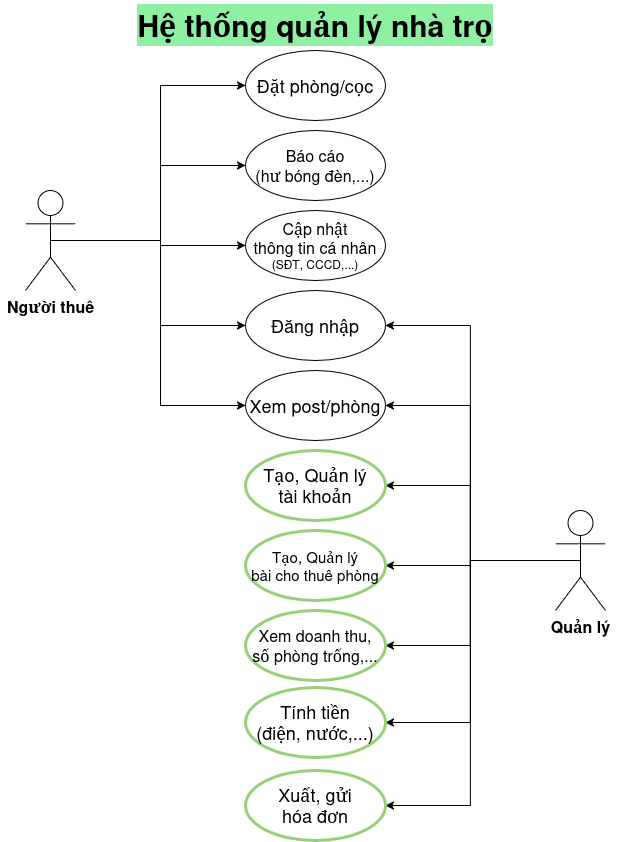
Earlier version of the draw.io export ender_chest/mics/use_case.drawio.png (wutdahack1337/room_minh_house). Source tidied: cells renumbered, new cells last; positions are measured from the earlier drawing's top-left corner, leaving out a move shared by most shapes. The source it was exported from:
```xml
<mxGraphModel>
  <root>
    <mxCell id="0" />
    <mxCell id="1" parent="0" />
    <mxCell id="2" style="edgeStyle=orthogonalEdgeStyle;rounded=0;jettySize=auto;html=1;exitX=0.5;exitY=0.5;exitDx=0;exitDy=0;exitPerimeter=0;entryX=0;entryY=0.5;entryDx=0;entryDy=0;" parent="1" edge="1" source="7" target="22">
      <mxGeometry relative="1" as="geometry" />
    </mxCell>
    <mxCell id="3" style="edgeStyle=orthogonalEdgeStyle;rounded=0;jettySize=auto;html=1;exitX=0.5;exitY=0.5;exitDx=0;exitDy=0;exitPerimeter=0;entryX=0;entryY=0.5;entryDx=0;entryDy=0;" parent="1" edge="1" source="7" target="20">
      <mxGeometry relative="1" as="geometry" />
    </mxCell>
    <mxCell id="4" style="edgeStyle=orthogonalEdgeStyle;rounded=0;jettySize=auto;html=1;exitX=0.5;exitY=0.5;exitDx=0;exitDy=0;exitPerimeter=0;entryX=0;entryY=0.5;entryDx=0;entryDy=0;" parent="1" edge="1" source="7" target="16">
      <mxGeometry relative="1" as="geometry" />
    </mxCell>
    <mxCell id="5" style="edgeStyle=orthogonalEdgeStyle;rounded=0;jettySize=auto;html=1;exitX=0.5;exitY=0.5;exitDx=0;exitDy=0;exitPerimeter=0;entryX=0;entryY=0.5;entryDx=0;entryDy=0;" parent="1" edge="1" source="7" target="23">
      <mxGeometry relative="1" as="geometry" />
    </mxCell>
    <mxCell id="6" style="edgeStyle=orthogonalEdgeStyle;rounded=0;jettySize=auto;html=1;exitX=0.5;exitY=0.5;exitDx=0;exitDy=0;exitPerimeter=0;entryX=0;entryY=0.5;entryDx=0;entryDy=0;" parent="1" edge="1" source="7" target="26">
      <mxGeometry relative="1" as="geometry" />
    </mxCell>
    <mxCell id="7" value="&lt;font style=&quot;font-size: 16px;&quot;&gt;&lt;b&gt;Người thuê&lt;/b&gt;&lt;/font&gt;" style="shape=umlActor;verticalLabelPosition=bottom;verticalAlign=top;html=1;outlineConnect=0;" parent="1" vertex="1">
      <mxGeometry x="25" y="190" width="50" height="100" as="geometry" />
    </mxCell>
    <mxCell id="8" style="edgeStyle=orthogonalEdgeStyle;rounded=0;jettySize=auto;html=1;exitX=0.5;exitY=0.5;exitDx=0;exitDy=0;exitPerimeter=0;entryX=1;entryY=0.5;entryDx=0;entryDy=0;" parent="1" edge="1" source="15" target="22">
      <mxGeometry relative="1" as="geometry" />
    </mxCell>
    <mxCell id="9" style="edgeStyle=orthogonalEdgeStyle;rounded=0;jettySize=auto;html=1;exitX=0.5;exitY=0.5;exitDx=0;exitDy=0;exitPerimeter=0;entryX=1;entryY=0.5;entryDx=0;entryDy=0;" parent="1" edge="1" source="15" target="16">
      <mxGeometry relative="1" as="geometry" />
    </mxCell>
    <mxCell id="10" style="edgeStyle=orthogonalEdgeStyle;rounded=0;jettySize=auto;html=1;exitX=0.5;exitY=0.5;exitDx=0;exitDy=0;exitPerimeter=0;entryX=1;entryY=0.5;entryDx=0;entryDy=0;" parent="1" edge="1" source="15" target="17">
      <mxGeometry relative="1" as="geometry" />
    </mxCell>
    <mxCell id="11" style="edgeStyle=orthogonalEdgeStyle;rounded=0;jettySize=auto;html=1;exitX=0.5;exitY=0.5;exitDx=0;exitDy=0;exitPerimeter=0;entryX=1;entryY=0.5;entryDx=0;entryDy=0;" parent="1" edge="1" source="15" target="18">
      <mxGeometry relative="1" as="geometry" />
    </mxCell>
    <mxCell id="12" style="edgeStyle=orthogonalEdgeStyle;rounded=0;jettySize=auto;html=1;exitX=0.5;exitY=0.5;exitDx=0;exitDy=0;exitPerimeter=0;entryX=1;entryY=0.5;entryDx=0;entryDy=0;" parent="1" edge="1" source="15" target="19">
      <mxGeometry relative="1" as="geometry" />
    </mxCell>
    <mxCell id="13" style="edgeStyle=orthogonalEdgeStyle;rounded=0;jettySize=auto;html=1;exitX=0.5;exitY=0.5;exitDx=0;exitDy=0;exitPerimeter=0;entryX=1;entryY=0.5;entryDx=0;entryDy=0;" parent="1" edge="1" source="15" target="24">
      <mxGeometry relative="1" as="geometry" />
    </mxCell>
    <mxCell id="14" style="edgeStyle=orthogonalEdgeStyle;rounded=0;jettySize=auto;html=1;exitX=0.5;exitY=0.5;exitDx=0;exitDy=0;exitPerimeter=0;entryX=1;entryY=0.5;entryDx=0;entryDy=0;" parent="1" edge="1" source="15" target="25">
      <mxGeometry relative="1" as="geometry" />
    </mxCell>
    <mxCell id="15" value="&lt;font style=&quot;font-size: 16px;&quot;&gt;&lt;b&gt;Quản lý&lt;/b&gt;&lt;/font&gt;" style="shape=umlActor;verticalLabelPosition=bottom;verticalAlign=top;html=1;outlineConnect=0;" parent="1" vertex="1">
      <mxGeometry x="555" y="510" width="50" height="100" as="geometry" />
    </mxCell>
    <mxCell id="16" value="&lt;font style=&quot;font-size: 18px;&quot;&gt;Đăng nhập&lt;/font&gt;" style="ellipse;whiteSpace=wrap;html=1;" parent="1" vertex="1">
      <mxGeometry x="245" y="290" width="140" height="70" as="geometry" />
    </mxCell>
    <mxCell id="17" value="&lt;font style=&quot;font-size: 18px;&quot;&gt;Tạo, Quản lý&lt;br&gt;tài khoản&lt;/font&gt;" style="ellipse;whiteSpace=wrap;html=1;strokeColor=#97D077;strokeWidth=3;" parent="1" vertex="1">
      <mxGeometry x="245" y="450" width="140" height="70" as="geometry" />
    </mxCell>
    <mxCell id="18" value="&lt;font style=&quot;font-size: 15px;&quot;&gt;Tạo, Quản lý&lt;br&gt;bài cho thuê phòng&lt;/font&gt;" style="ellipse;whiteSpace=wrap;html=1;strokeColor=#97D077;strokeWidth=3;" parent="1" vertex="1">
      <mxGeometry x="245" y="530" width="140" height="70" as="geometry" />
    </mxCell>
    <mxCell id="19" value="&lt;font style=&quot;font-size: 18px;&quot;&gt;Tính tiền&lt;br&gt;(điện, nước,...)&lt;/font&gt;" style="ellipse;whiteSpace=wrap;html=1;strokeColor=#97D077;strokeWidth=3;" parent="1" vertex="1">
      <mxGeometry x="245" y="687" width="140" height="70" as="geometry" />
    </mxCell>
    <mxCell id="20" value="&lt;font style=&quot;font-size: 18px;&quot;&gt;Đặt phòng/cọc&lt;/font&gt;" style="ellipse;whiteSpace=wrap;html=1;" parent="1" vertex="1">
      <mxGeometry x="245" y="50" width="140" height="70" as="geometry" />
    </mxCell>
    <mxCell id="21" value="&lt;div align=&quot;center&quot;&gt;&lt;font style=&quot;background-color: light-dark(rgb(143, 240, 164), rgb(237, 237, 237)); font-size: 30px;&quot;&gt;&lt;b&gt;&lt;span&gt;Hệ thống quản lý nhà trọ&lt;/span&gt;&lt;/b&gt;&lt;/font&gt;&lt;/div&gt;" style="text;html=1;whiteSpace=wrap;strokeColor=none;fillColor=none;align=center;verticalAlign=middle;rounded=0;" parent="1" vertex="1">
      <mxGeometry width="630" height="50" as="geometry" />
    </mxCell>
    <mxCell id="22" value="&lt;font style=&quot;font-size: 18px;&quot;&gt;Xem post/phòng&lt;/font&gt;" style="ellipse;whiteSpace=wrap;html=1;" parent="1" vertex="1">
      <mxGeometry x="245" y="370" width="140" height="70" as="geometry" />
    </mxCell>
    <mxCell id="23" value="&lt;font style=&quot;font-size: 16px;&quot;&gt;Báo cáo&lt;br&gt;(hư bóng đèn,...)&lt;/font&gt;" style="ellipse;whiteSpace=wrap;html=1;" parent="1" vertex="1">
      <mxGeometry x="245" y="130" width="140" height="70" as="geometry" />
    </mxCell>
    <mxCell id="24" value="&lt;font style=&quot;font-size: 18px;&quot;&gt;Xuất, gửi&lt;br&gt;hóa đơn&lt;/font&gt;" style="ellipse;whiteSpace=wrap;html=1;strokeColor=#97D077;strokeWidth=3;" parent="1" vertex="1">
      <mxGeometry x="245" y="770" width="140" height="70" as="geometry" />
    </mxCell>
    <mxCell id="25" value="&lt;font style=&quot;font-size: 16px;&quot;&gt;Xem doanh thu,&lt;br&gt;số phòng trống,...&lt;/font&gt;" style="ellipse;whiteSpace=wrap;html=1;strokeColor=#97D077;strokeWidth=3;" parent="1" vertex="1">
      <mxGeometry x="245" y="610" width="140" height="70" as="geometry" />
    </mxCell>
    <mxCell id="26" value="&lt;font style=&quot;font-size: 16px;&quot;&gt;Cập nhật&lt;br&gt;thông tin cá nhân&lt;/font&gt;&lt;br&gt;(SĐT, CCCD,...)" style="ellipse;whiteSpace=wrap;html=1;" parent="1" vertex="1">
      <mxGeometry x="245" y="210" width="140" height="70" as="geometry" />
    </mxCell>
  </root>
</mxGraphModel>
```
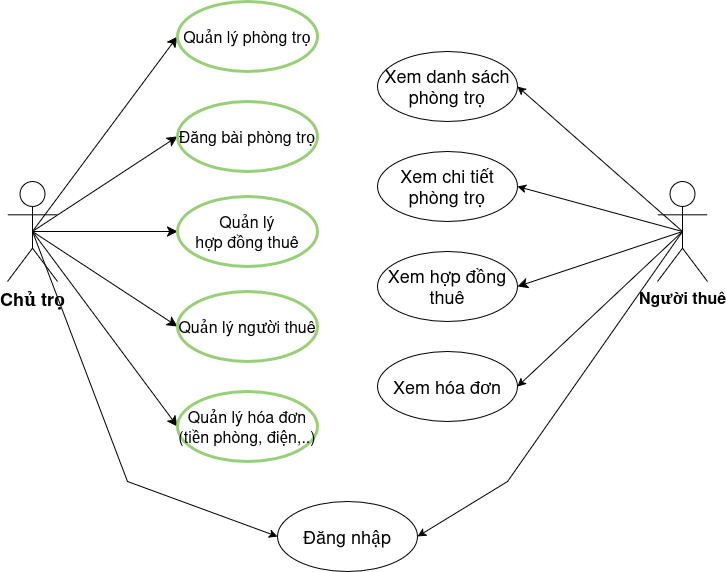
After the change.

The edit, as a diff of the source:
```diff
@@ -2,80 +2,85 @@
   <root>
     <mxCell id="0" />
     <mxCell id="1" parent="0" />
-    <mxCell id="2" style="edgeStyle=orthogonalEdgeStyle;rounded=0;jettySize=auto;html=1;exitX=0.5;exitY=0.5;exitDx=0;exitDy=0;exitPerimeter=0;entryX=0;entryY=0.5;entryDx=0;entryDy=0;" parent="1" edge="1" source="7" target="22">
-      <mxGeometry relative="1" as="geometry" />
-    </mxCell>
-    <mxCell id="3" style="edgeStyle=orthogonalEdgeStyle;rounded=0;jettySize=auto;html=1;exitX=0.5;exitY=0.5;exitDx=0;exitDy=0;exitPerimeter=0;entryX=0;entryY=0.5;entryDx=0;entryDy=0;" parent="1" edge="1" source="7" target="20">
-      <mxGeometry relative="1" as="geometry" />
-    </mxCell>
+    <mxCell id="27" style="edgeStyle=none;curved=1;rounded=0;jettySize=auto;html=1;exitX=0.5;exitY=0.5;exitDx=0;exitDy=0;exitPerimeter=0;entryX=1;entryY=0.5;entryDx=0;entryDy=0;fontSize=12;startSize=8;endSize=8;" parent="1" edge="1" source="7" target="34">
+      <mxGeometry relative="1" as="geometry" />
+    </mxCell>
+    <mxCell id="7" value="&lt;font style=&quot;font-size: 16px;&quot;&gt;&lt;b&gt;Người thuê&lt;/b&gt;&lt;/font&gt;" style="shape=umlActor;verticalLabelPosition=bottom;verticalAlign=top;html=1;outlineConnect=0;" parent="1" vertex="1">
+      <mxGeometry x="675" y="-130" width="50" height="100" as="geometry" />
+    </mxCell>
+    <mxCell id="28" style="edgeStyle=none;curved=1;rounded=0;jettySize=auto;html=1;exitX=0.5;exitY=0.5;exitDx=0;exitDy=0;exitPerimeter=0;entryX=0;entryY=0.5;entryDx=0;entryDy=0;fontSize=12;startSize=8;endSize=8;" parent="1" edge="1" source="33" target="39">
+      <mxGeometry relative="1" as="geometry" />
+    </mxCell>
+    <mxCell id="29" style="edgeStyle=none;curved=1;rounded=0;jettySize=auto;html=1;exitX=0.5;exitY=0.5;exitDx=0;exitDy=0;exitPerimeter=0;entryX=0;entryY=0.5;entryDx=0;entryDy=0;fontSize=12;startSize=8;endSize=8;" parent="1" edge="1" source="33" target="36">
+      <mxGeometry relative="1" as="geometry" />
+    </mxCell>
+    <mxCell id="30" style="edgeStyle=none;curved=1;rounded=0;jettySize=auto;html=1;exitX=0.5;exitY=0.5;exitDx=0;exitDy=0;exitPerimeter=0;entryX=0;entryY=0.5;entryDx=0;entryDy=0;fontSize=12;startSize=8;endSize=8;" parent="1" edge="1" source="33" target="35">
+      <mxGeometry relative="1" as="geometry" />
+    </mxCell>
+    <mxCell id="31" style="edgeStyle=none;curved=1;rounded=0;jettySize=auto;html=1;exitX=0.5;exitY=0.5;exitDx=0;exitDy=0;exitPerimeter=0;entryX=0;entryY=0.5;entryDx=0;entryDy=0;fontSize=12;startSize=8;endSize=8;" parent="1" edge="1" source="33" target="38">
+      <mxGeometry relative="1" as="geometry" />
+    </mxCell>
+    <mxCell id="32" style="edgeStyle=none;curved=1;rounded=0;jettySize=auto;html=1;exitX=0.5;exitY=0.5;exitDx=0;exitDy=0;exitPerimeter=0;entryX=0;entryY=0.5;entryDx=0;entryDy=0;fontSize=12;startSize=8;endSize=8;" parent="1" edge="1" source="33" target="37">
+      <mxGeometry relative="1" as="geometry" />
+    </mxCell>
+    <mxCell id="33" value="&lt;font style=&quot;font-size: 18px;&quot;&gt;&lt;b&gt;Chủ trọ&lt;/b&gt;&lt;/font&gt;" style="shape=umlActor;verticalLabelPosition=bottom;verticalAlign=top;html=1;outlineConnect=0;" parent="1" vertex="1">
+      <mxGeometry x="25" y="-130" width="50" height="100" as="geometry" />
+    </mxCell>
+    <mxCell id="34" value="Xem hợp đồng thuê" style="ellipse;whiteSpace=wrap;html=1;fontSize=18;" parent="1" vertex="1">
+      <mxGeometry x="395" y="-60" width="140" height="70" as="geometry" />
+    </mxCell>
+    <mxCell id="35" value="Quản lý&lt;br&gt;hợp đồng thuê" style="ellipse;whiteSpace=wrap;html=1;fontSize=16;strokeColor=#97D077;strokeWidth=3;" parent="1" vertex="1">
+      <mxGeometry x="195" y="-115" width="140" height="70" as="geometry" />
+    </mxCell>
+    <mxCell id="36" value="Đăng bài phòng trọ" style="ellipse;whiteSpace=wrap;html=1;fontSize=16;strokeColor=#97D077;strokeWidth=3;" parent="1" vertex="1">
+      <mxGeometry x="195" y="-210" width="140" height="70" as="geometry" />
+    </mxCell>
+    <mxCell id="37" value="Quản lý hóa đơn&lt;br&gt;(tiền phòng, điện,..)" style="ellipse;whiteSpace=wrap;html=1;fontSize=16;strokeColor=#97D077;strokeWidth=3;" parent="1" vertex="1">
+      <mxGeometry x="195" y="80" width="140" height="70" as="geometry" />
+    </mxCell>
+    <mxCell id="38" value="Quản lý người thuê" style="ellipse;whiteSpace=wrap;html=1;fontSize=16;strokeColor=#97D077;strokeWidth=3;" parent="1" vertex="1">
+      <mxGeometry x="195" y="-20" width="140" height="70" as="geometry" />
+    </mxCell>
+    <mxCell id="39" value="Quản lý phòng trọ" style="ellipse;whiteSpace=wrap;html=1;fontSize=16;strokeColor=#97D077;strokeWidth=3;" parent="1" vertex="1">
+      <mxGeometry x="195" y="-310" width="140" height="70" as="geometry" />
+    </mxCell>
+    <mxCell id="16" value="Đăng nhập" style="ellipse;whiteSpace=wrap;html=1;fontSize=18;" parent="1" vertex="1">
+      <mxGeometry x="295" y="190" width="140" height="70" as="geometry" />
+    </mxCell>
+    <mxCell id="40" value="Xem danh sách phòng trọ" style="ellipse;whiteSpace=wrap;html=1;fontSize=18;" parent="1" vertex="1">
+      <mxGeometry x="395" y="-260" width="140" height="70" as="geometry" />
+    </mxCell>
+    <mxCell id="41" value="Xem chi tiết phòng trọ" style="ellipse;whiteSpace=wrap;html=1;fontSize=18;" parent="1" vertex="1">
+      <mxGeometry x="395" y="-160" width="140" height="70" as="geometry" />
+    </mxCell>
-    <mxCell id="4" style="edgeStyle=orthogonalEdgeStyle;rounded=0;jettySize=auto;html=1;exitX=0.5;exitY=0.5;exitDx=0;exitDy=0;exitPerimeter=0;entryX=0;entryY=0.5;entryDx=0;entryDy=0;" parent="1" edge="1" source="7" target="16">
-      <mxGeometry relative="1" as="geometry" />
+    <mxCell id="4" style="endArrow=classic;html=1;rounded=0;exitX=0.5;exitY=0.5;exitDx=0;exitDy=0;exitPerimeter=0;entryX=1;entryY=0.5;entryDx=0;entryDy=0;" parent="1" edge="1" source="7" target="16">
+      <mxGeometry relative="1" as="geometry">
+        <Array as="points">
+          <mxPoint x="525" y="170" />
+        </Array>
+      </mxGeometry>
     </mxCell>
-    <mxCell id="5" style="edgeStyle=orthogonalEdgeStyle;rounded=0;jettySize=auto;html=1;exitX=0.5;exitY=0.5;exitDx=0;exitDy=0;exitPerimeter=0;entryX=0;entryY=0.5;entryDx=0;entryDy=0;" parent="1" edge="1" source="7" target="23">
-      <mxGeometry relative="1" as="geometry" />
-    </mxCell>
-    <mxCell id="6" style="edgeStyle=orthogonalEdgeStyle;rounded=0;jettySize=auto;html=1;exitX=0.5;exitY=0.5;exitDx=0;exitDy=0;exitPerimeter=0;entryX=0;entryY=0.5;entryDx=0;entryDy=0;" parent="1" edge="1" source="7" target="26">
-      <mxGeometry relative="1" as="geometry" />
-    </mxCell>
-    <mxCell id="7" value="&lt;font style=&quot;font-size: 16px;&quot;&gt;&lt;b&gt;Người thuê&lt;/b&gt;&lt;/font&gt;" style="shape=umlActor;verticalLabelPosition=bottom;verticalAlign=top;html=1;outlineConnect=0;" parent="1" vertex="1">
-      <mxGeometry x="25" y="190" width="50" height="100" as="geometry" />
-    </mxCell>
-    <mxCell id="8" style="edgeStyle=orthogonalEdgeStyle;rounded=0;jettySize=auto;html=1;exitX=0.5;exitY=0.5;exitDx=0;exitDy=0;exitPerimeter=0;entryX=1;entryY=0.5;entryDx=0;entryDy=0;" parent="1" edge="1" source="15" target="22">
-      <mxGeometry relative="1" as="geometry" />
-    </mxCell>
-    <mxCell id="9" style="edgeStyle=orthogonalEdgeStyle;rounded=0;jettySize=auto;html=1;exitX=0.5;exitY=0.5;exitDx=0;exitDy=0;exitPerimeter=0;entryX=1;entryY=0.5;entryDx=0;entryDy=0;" parent="1" edge="1" source="15" target="16">
-      <mxGeometry relative="1" as="geometry" />
-    </mxCell>
-    <mxCell id="10" style="edgeStyle=orthogonalEdgeStyle;rounded=0;jettySize=auto;html=1;exitX=0.5;exitY=0.5;exitDx=0;exitDy=0;exitPerimeter=0;entryX=1;entryY=0.5;entryDx=0;entryDy=0;" parent="1" edge="1" source="15" target="17">
-      <mxGeometry relative="1" as="geometry" />
-    </mxCell>
-    <mxCell id="11" style="edgeStyle=orthogonalEdgeStyle;rounded=0;jettySize=auto;html=1;exitX=0.5;exitY=0.5;exitDx=0;exitDy=0;exitPerimeter=0;entryX=1;entryY=0.5;entryDx=0;entryDy=0;" parent="1" edge="1" source="15" target="18">
-      <mxGeometry relative="1" as="geometry" />
-    </mxCell>
-    <mxCell id="12" style="edgeStyle=orthogonalEdgeStyle;rounded=0;jettySize=auto;html=1;exitX=0.5;exitY=0.5;exitDx=0;exitDy=0;exitPerimeter=0;entryX=1;entryY=0.5;entryDx=0;entryDy=0;" parent="1" edge="1" source="15" target="19">
-      <mxGeometry relative="1" as="geometry" />
-    </mxCell>
-    <mxCell id="13" style="edgeStyle=orthogonalEdgeStyle;rounded=0;jettySize=auto;html=1;exitX=0.5;exitY=0.5;exitDx=0;exitDy=0;exitPerimeter=0;entryX=1;entryY=0.5;entryDx=0;entryDy=0;" parent="1" edge="1" source="15" target="24">
-      <mxGeometry relative="1" as="geometry" />
-    </mxCell>
-    <mxCell id="14" style="edgeStyle=orthogonalEdgeStyle;rounded=0;jettySize=auto;html=1;exitX=0.5;exitY=0.5;exitDx=0;exitDy=0;exitPerimeter=0;entryX=1;entryY=0.5;entryDx=0;entryDy=0;" parent="1" edge="1" source="15" target="25">
-      <mxGeometry relative="1" as="geometry" />
-    </mxCell>
-    <mxCell id="15" value="&lt;font style=&quot;font-size: 16px;&quot;&gt;&lt;b&gt;Quản lý&lt;/b&gt;&lt;/font&gt;" style="shape=umlActor;verticalLabelPosition=bottom;verticalAlign=top;html=1;outlineConnect=0;" parent="1" vertex="1">
-      <mxGeometry x="555" y="510" width="50" height="100" as="geometry" />
-    </mxCell>
-    <mxCell id="16" value="&lt;font style=&quot;font-size: 18px;&quot;&gt;Đăng nhập&lt;/font&gt;" style="ellipse;whiteSpace=wrap;html=1;" parent="1" vertex="1">
-      <mxGeometry x="245" y="290" width="140" height="70" as="geometry" />
-    </mxCell>
-    <mxCell id="17" value="&lt;font style=&quot;font-size: 18px;&quot;&gt;Tạo, Quản lý&lt;br&gt;tài khoản&lt;/font&gt;" style="ellipse;whiteSpace=wrap;html=1;strokeColor=#97D077;strokeWidth=3;" parent="1" vertex="1">
-      <mxGeometry x="245" y="450" width="140" height="70" as="geometry" />
-    </mxCell>
-    <mxCell id="18" value="&lt;font style=&quot;font-size: 15px;&quot;&gt;Tạo, Quản lý&lt;br&gt;bài cho thuê phòng&lt;/font&gt;" style="ellipse;whiteSpace=wrap;html=1;strokeColor=#97D077;strokeWidth=3;" parent="1" vertex="1">
-      <mxGeometry x="245" y="530" width="140" height="70" as="geometry" />
-    </mxCell>
-    <mxCell id="19" value="&lt;font style=&quot;font-size: 18px;&quot;&gt;Tính tiền&lt;br&gt;(điện, nước,...)&lt;/font&gt;" style="ellipse;whiteSpace=wrap;html=1;strokeColor=#97D077;strokeWidth=3;" parent="1" vertex="1">
-      <mxGeometry x="245" y="687" width="140" height="70" as="geometry" />
-    </mxCell>
-    <mxCell id="20" value="&lt;font style=&quot;font-size: 18px;&quot;&gt;Đặt phòng/cọc&lt;/font&gt;" style="ellipse;whiteSpace=wrap;html=1;" parent="1" vertex="1">
-      <mxGeometry x="245" y="50" width="140" height="70" as="geometry" />
-    </mxCell>
-    <mxCell id="21" value="&lt;div align=&quot;center&quot;&gt;&lt;font style=&quot;background-color: light-dark(rgb(143, 240, 164), rgb(237, 237, 237)); font-size: 30px;&quot;&gt;&lt;b&gt;&lt;span&gt;Hệ thống quản lý nhà trọ&lt;/span&gt;&lt;/b&gt;&lt;/font&gt;&lt;/div&gt;" style="text;html=1;whiteSpace=wrap;strokeColor=none;fillColor=none;align=center;verticalAlign=middle;rounded=0;" parent="1" vertex="1">
-      <mxGeometry width="630" height="50" as="geometry" />
-    </mxCell>
-    <mxCell id="22" value="&lt;font style=&quot;font-size: 18px;&quot;&gt;Xem post/phòng&lt;/font&gt;" style="ellipse;whiteSpace=wrap;html=1;" parent="1" vertex="1">
-      <mxGeometry x="245" y="370" width="140" height="70" as="geometry" />
-    </mxCell>
-    <mxCell id="23" value="&lt;font style=&quot;font-size: 16px;&quot;&gt;Báo cáo&lt;br&gt;(hư bóng đèn,...)&lt;/font&gt;" style="ellipse;whiteSpace=wrap;html=1;" parent="1" vertex="1">
-      <mxGeometry x="245" y="130" width="140" height="70" as="geometry" />
-    </mxCell>
-    <mxCell id="24" value="&lt;font style=&quot;font-size: 18px;&quot;&gt;Xuất, gửi&lt;br&gt;hóa đơn&lt;/font&gt;" style="ellipse;whiteSpace=wrap;html=1;strokeColor=#97D077;strokeWidth=3;" parent="1" vertex="1">
-      <mxGeometry x="245" y="770" width="140" height="70" as="geometry" />
-    </mxCell>
-    <mxCell id="25" value="&lt;font style=&quot;font-size: 16px;&quot;&gt;Xem doanh thu,&lt;br&gt;số phòng trống,...&lt;/font&gt;" style="ellipse;whiteSpace=wrap;html=1;strokeColor=#97D077;strokeWidth=3;" parent="1" vertex="1">
-      <mxGeometry x="245" y="610" width="140" height="70" as="geometry" />
-    </mxCell>
-    <mxCell id="26" value="&lt;font style=&quot;font-size: 16px;&quot;&gt;Cập nhật&lt;br&gt;thông tin cá nhân&lt;/font&gt;&lt;br&gt;(SĐT, CCCD,...)" style="ellipse;whiteSpace=wrap;html=1;" parent="1" vertex="1">
-      <mxGeometry x="245" y="210" width="140" height="70" as="geometry" />
-    </mxCell>
+    <mxCell id="42" style="endArrow=classic;html=1;rounded=0;exitX=0.5;exitY=0.5;exitDx=0;exitDy=0;exitPerimeter=0;entryX=1;entryY=0.5;entryDx=0;entryDy=0;" parent="1" edge="1" source="7" target="40">
+      <mxGeometry relative="1" as="geometry" />
+    </mxCell>
+    <mxCell id="43" style="edgeStyle=orthogonalEdgeStyle;rounded=0;orthogonalLoop=1;jettySize=auto;html=1;exitX=0.5;exitY=1;exitDx=0;exitDy=0;fontSize=18;" parent="1" edge="1" source="41" target="41">
+      <mxGeometry relative="1" as="geometry" />
+    </mxCell>
+    <mxCell id="44" value="Xem hóa đơn" style="ellipse;whiteSpace=wrap;html=1;fontSize=18;" parent="1" vertex="1">
+      <mxGeometry x="395" y="40" width="140" height="70" as="geometry" />
+    </mxCell>
+    <mxCell id="45" style="endArrow=classic;html=1;rounded=0;exitX=0.5;exitY=0.5;exitDx=0;exitDy=0;exitPerimeter=0;entryX=1;entryY=0.5;entryDx=0;entryDy=0;" parent="1" edge="1" source="7" target="44">
+      <mxGeometry relative="1" as="geometry" />
+    </mxCell>
+    <mxCell id="46" style="endArrow=classic;html=1;rounded=0;exitX=0.5;exitY=0.5;exitDx=0;exitDy=0;exitPerimeter=0;entryX=0;entryY=0.5;entryDx=0;entryDy=0;" parent="1" edge="1" source="33" target="16">
+      <mxGeometry relative="1" as="geometry">
+        <Array as="points">
+          <mxPoint x="145" y="170" />
+        </Array>
+      </mxGeometry>
+    </mxCell>
+    <mxCell id="47" style="endArrow=classic;html=1;rounded=0;entryX=1;entryY=0.5;entryDx=0;entryDy=0;exitX=0.5;exitY=0.5;exitDx=0;exitDy=0;exitPerimeter=0;" parent="1" edge="1" source="7" target="41">
+      <mxGeometry relative="1" as="geometry" />
+    </mxCell>
   </root>
 </mxGraphModel>
```
